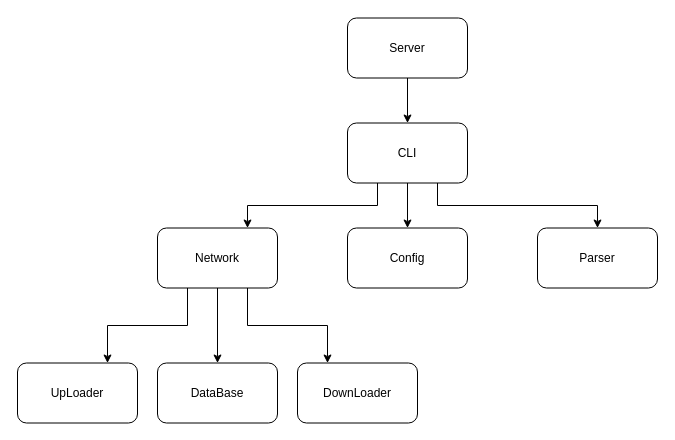
Earlier version of the draw.io diagram UML_doc/GameServerUML.drawio (lucky-rydar/our_game). Source tidied: cells renumbered, new cells numbered last; positions are measured from the earlier drawing's top-left corner, leaving out a move shared by most shapes. Both pictures are drawn from the tidied source at 100%, with x=0, y=0 at pixel (17, 18).
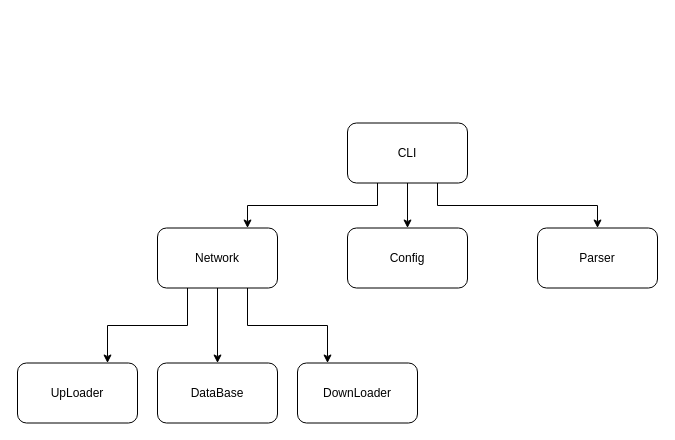
Above is the later version.

Diff of the diagram source:
```diff
@@
 <mxGraphModel>
   <root>
     <mxCell id="0" />
     <mxCell id="1" parent="0" />
-    <mxCell id="2" style="edgeStyle=orthogonalEdgeStyle;rounded=0;jettySize=auto;html=1;exitX=0.5;exitY=1;exitDx=0;exitDy=0;" parent="1" edge="1" source="3" target="14">
-      <mxGeometry relative="1" as="geometry" />
-    </mxCell>
-    <mxCell id="3" value="Server" style="rounded=1;whiteSpace=wrap;html=1;" parent="1" vertex="1">
-      <mxGeometry x="330" y="-0.5" width="120" height="60" as="geometry" />
-    </mxCell>
     <mxCell id="4" style="edgeStyle=orthogonalEdgeStyle;rounded=0;jettySize=auto;html=1;exitX=0.5;exitY=1;exitDx=0;exitDy=0;entryX=0.5;entryY=0;entryDx=0;entryDy=0;" parent="1" edge="1" source="7" target="9">
       <mxGeometry relative="1" as="geometry" />
     </mxCell>
     <mxCell id="5" style="edgeStyle=orthogonalEdgeStyle;rounded=0;jettySize=auto;html=1;exitX=0.25;exitY=1;exitDx=0;exitDy=0;entryX=0.75;entryY=0;entryDx=0;entryDy=0;" parent="1" edge="1" source="7" target="8">
       <mxGeometry relative="1" as="geometry" />
     </mxCell>
     <mxCell id="6" style="edgeStyle=orthogonalEdgeStyle;rounded=0;jettySize=auto;html=1;exitX=0.75;exitY=1;exitDx=0;exitDy=0;entryX=0.25;entryY=0;entryDx=0;entryDy=0;" parent="1" edge="1" source="7" target="10">
       <mxGeometry relative="1" as="geometry" />
     </mxCell>
     <mxCell id="7" value="Network" style="rounded=1;whiteSpace=wrap;html=1;" parent="1" vertex="1">
       <mxGeometry x="140" y="209.5" width="120" height="60" as="geometry" />
     </mxCell>
     <mxCell id="8" value="UpLoader&lt;br&gt;" style="rounded=1;whiteSpace=wrap;html=1;" parent="1" vertex="1">
       <mxGeometry y="344.5" width="120" height="60" as="geometry" />
     </mxCell>
     <mxCell id="9" value="DataBase" style="rounded=1;whiteSpace=wrap;html=1;" parent="1" vertex="1">
       <mxGeometry x="140" y="344.5" width="120" height="60" as="geometry" />
     </mxCell>
     <mxCell id="10" value="DownLoader" style="rounded=1;whiteSpace=wrap;html=1;" parent="1" vertex="1">
       <mxGeometry x="280" y="344.5" width="120" height="60" as="geometry" />
     </mxCell>
     <mxCell id="11" style="edgeStyle=orthogonalEdgeStyle;rounded=0;jettySize=auto;html=1;exitX=0.25;exitY=1;exitDx=0;exitDy=0;entryX=0.75;entryY=0;entryDx=0;entryDy=0;" parent="1" edge="1" source="14" target="7">
       <mxGeometry relative="1" as="geometry" />
     </mxCell>
     <mxCell id="12" style="edgeStyle=orthogonalEdgeStyle;rounded=0;jettySize=auto;html=1;exitX=0.75;exitY=1;exitDx=0;exitDy=0;" parent="1" edge="1" source="14" target="15">
       <mxGeometry relative="1" as="geometry" />
     </mxCell>
     <mxCell id="13" style="edgeStyle=orthogonalEdgeStyle;rounded=0;jettySize=auto;html=1;exitX=0.5;exitY=1;exitDx=0;exitDy=0;entryX=0.5;entryY=0;entryDx=0;entryDy=0;" parent="1" edge="1" source="14" target="16">
       <mxGeometry relative="1" as="geometry" />
     </mxCell>
     <mxCell id="14" value="CLI&lt;br&gt;" style="rounded=1;whiteSpace=wrap;html=1;" parent="1" vertex="1">
       <mxGeometry x="330" y="104.5" width="120" height="60" as="geometry" />
     </mxCell>
     <mxCell id="15" value="Parser&lt;br&gt;" style="rounded=1;whiteSpace=wrap;html=1;" parent="1" vertex="1">
       <mxGeometry x="520" y="209.5" width="120" height="60" as="geometry" />
     </mxCell>
     <mxCell id="16" value="Config&lt;br&gt;" style="rounded=1;whiteSpace=wrap;html=1;" parent="1" vertex="1">
       <mxGeometry x="330" y="209.5" width="120" height="60" as="geometry" />
     </mxCell>
   </root>
 </mxGraphModel>
```
